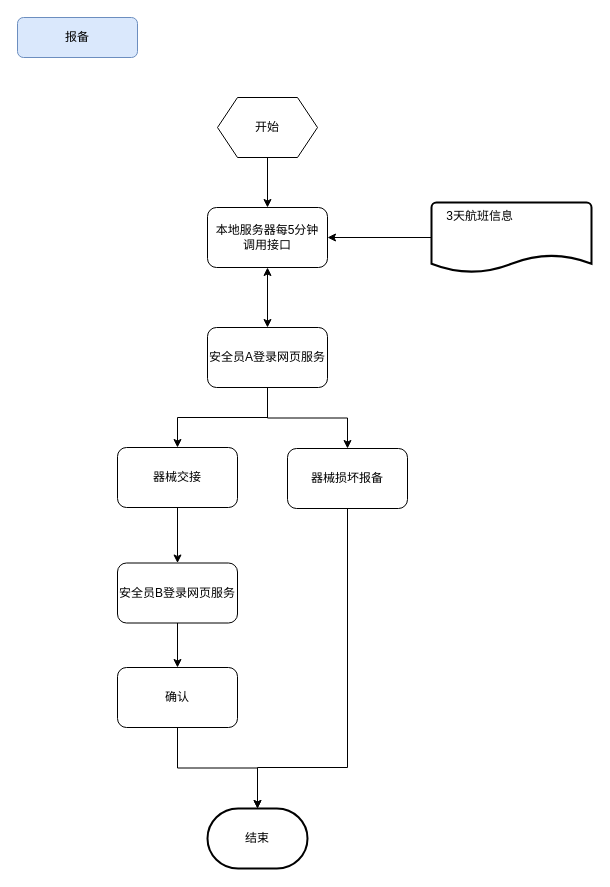
The draw.io diagram xbhangkong5.drawio in HXLMOM/cctest, before the edit. Source tidied: cells renumbered, new cells numbered last; positions are measured from the earlier drawing's top-left corner, leaving out a move shared by most shapes. Both pictures are drawn from the tidied source at 100%, with x=0, y=0 at pixel (17, 17).
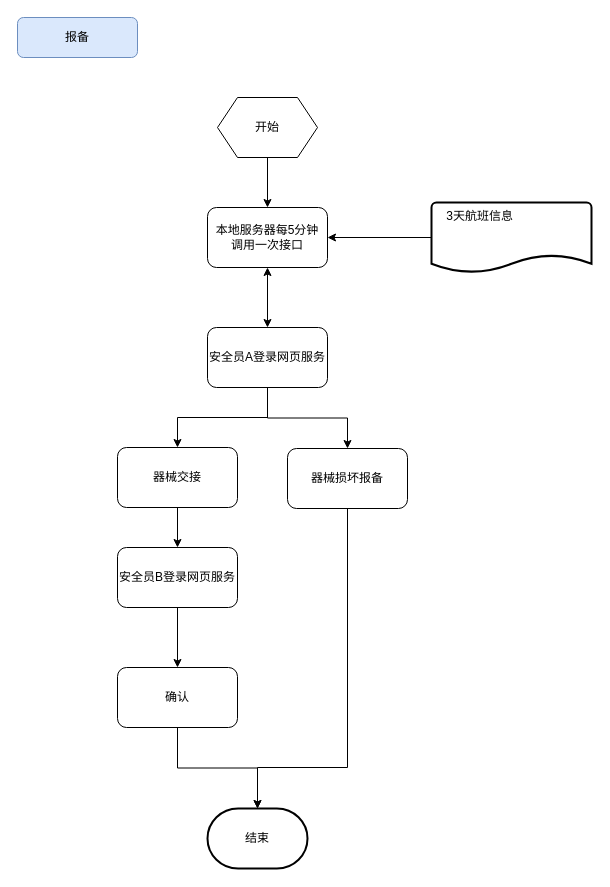
The same page after the edit.

What changed in the source:
```diff
@@
-    <mxCell id="4" value="本地服务器每5分钟&lt;br&gt;调用接口" style="rounded=1;whiteSpace=wrap;html=1;" parent="1" vertex="1">
+    <mxCell id="4" value="本地服务器每5分钟&lt;br&gt;调用一次接口" style="rounded=1;whiteSpace=wrap;html=1;" parent="1" vertex="1">
       <mxGeometry x="190" y="190" width="120" height="60" as="geometry" />
     </mxCell>
@@
     <mxCell id="17" value="安全员B登录网页服务" style="rounded=1;whiteSpace=wrap;html=1;" parent="1" vertex="1">
-      <mxGeometry x="100" y="545.5" width="120" height="60" as="geometry" />
+      <mxGeometry x="100" y="530" width="120" height="60" as="geometry" />
     </mxCell>
```
